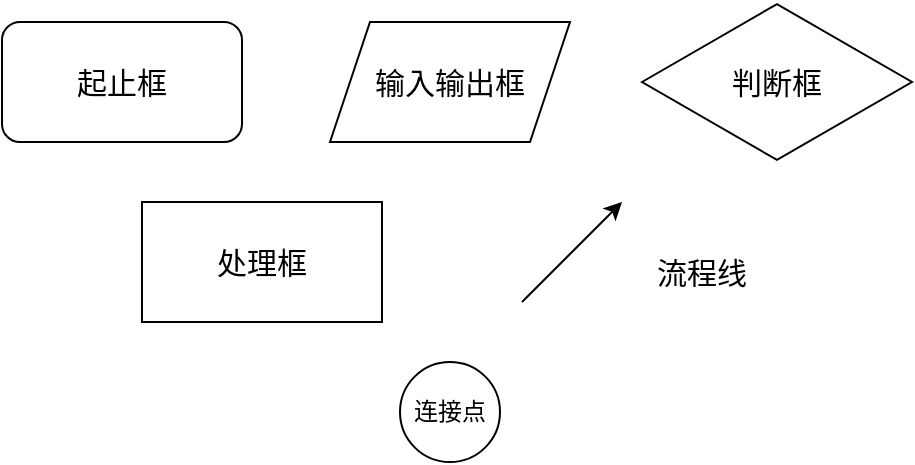
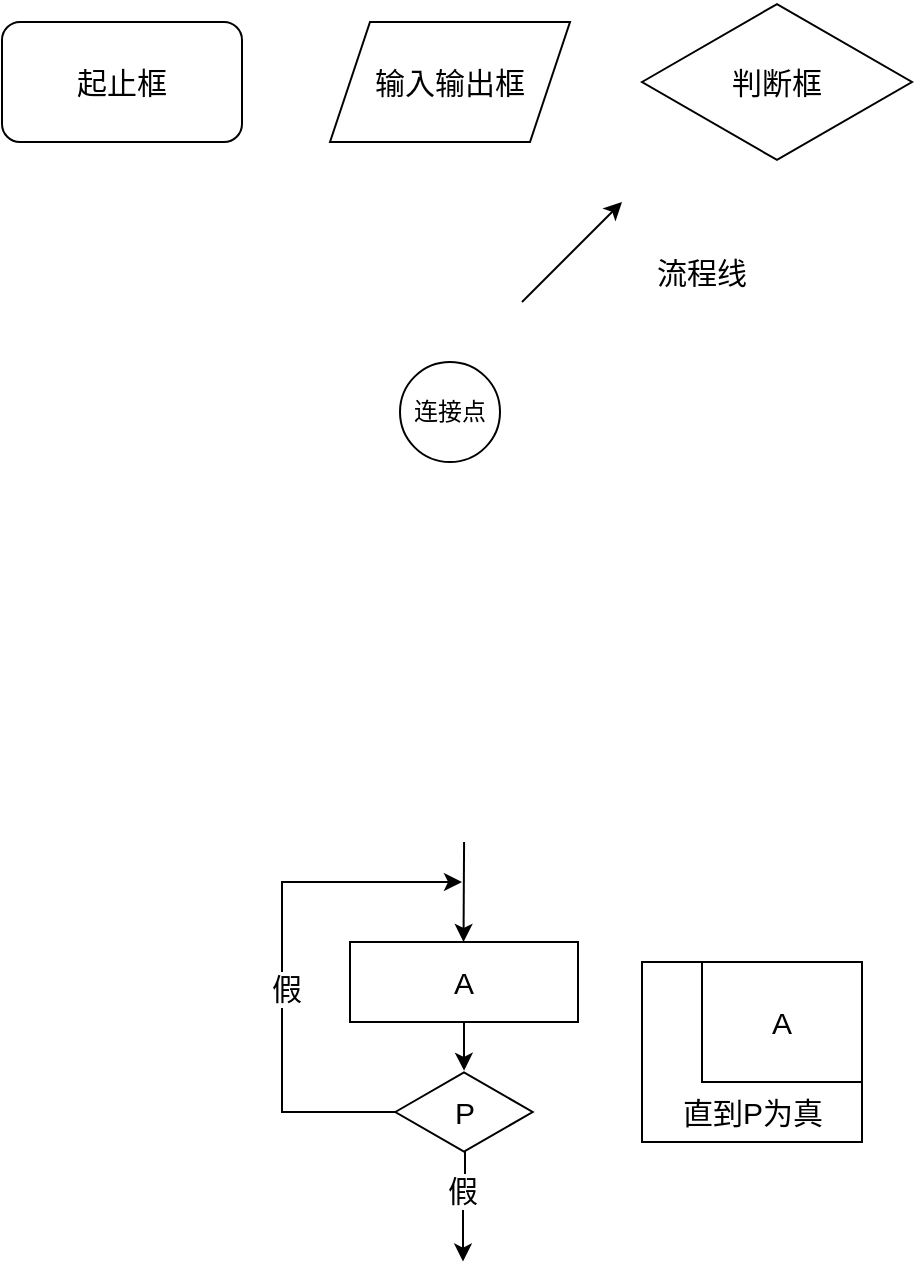
<mxfile host="app.diagrams.net">
  <diagram name="第 1 页" id="TjVKa84YTS8DDpujgxdv">
-     <mxGraphModel dx="772" dy="1102" grid="1" gridSize="10" guides="1" tooltips="1" connect="0" arrows="1" fold="1" page="1" pageScale="1" pageWidth="827" pageHeight="1169" math="0" shadow="0">
+     <mxGraphModel dx="644" dy="918" grid="1" gridSize="10" guides="1" tooltips="1" connect="0" arrows="1" fold="1" page="1" pageScale="1" pageWidth="827" pageHeight="1169" math="0" shadow="0">
      <root>
        <mxCell id="0" />
        <mxCell id="1" parent="0" />
        <mxCell id="Mv8ugUtpiIwvDlgzU_Km-1" parent="1" style="rounded=1;whiteSpace=wrap;html=1;fontSize=15;" value="起止框" vertex="1">
          <mxGeometry height="60" width="120" x="190" y="300" as="geometry" />
        </mxCell>
        <mxCell id="Mv8ugUtpiIwvDlgzU_Km-2" parent="1" style="shape=parallelogram;perimeter=parallelogramPerimeter;whiteSpace=wrap;html=1;fixedSize=1;fontSize=15;" value="输入输出框" vertex="1">
          <mxGeometry height="60" width="120" x="354" y="300" as="geometry" />
        </mxCell>
-         <mxCell id="Mv8ugUtpiIwvDlgzU_Km-4" parent="1" style="rounded=0;whiteSpace=wrap;html=1;fontSize=15;" value="处理框" vertex="1">
-           <mxGeometry height="60" width="120" x="260" y="390" as="geometry" />
+         <mxCell id="Mv8ugUtpiIwvDlgzU_Km-12" edge="1" parent="1" source="Mv8ugUtpiIwvDlgzU_Km-4" style="edgeStyle=orthogonalEdgeStyle;rounded=0;orthogonalLoop=1;jettySize=auto;html=1;fontSize=15;" target="Mv8ugUtpiIwvDlgzU_Km-9" value="">
+           <mxGeometry relative="1" as="geometry" />
+         </mxCell>
+         <mxCell id="Mv8ugUtpiIwvDlgzU_Km-4" parent="1" style="rounded=0;whiteSpace=wrap;html=1;fontSize=15;" value="A" vertex="1">
+           <mxGeometry height="40" width="114" x="364" y="760" as="geometry" />
        </mxCell>
        <mxCell id="Mv8ugUtpiIwvDlgzU_Km-5" edge="1" parent="1" style="endArrow=classic;html=1;rounded=0;fontSize=15;" value="">
          <mxGeometry height="50" relative="1" width="50" as="geometry">
            <mxPoint x="450" y="440" as="sourcePoint" />
            <mxPoint x="500" y="390" as="targetPoint" />
          </mxGeometry>
        </mxCell>
        <mxCell id="Mv8ugUtpiIwvDlgzU_Km-6" parent="1" style="html=1;whiteSpace=wrap;aspect=fixed;shape=isoRectangle;fontSize=15;" value="判断框" vertex="1">
          <mxGeometry height="81" width="135" x="510" y="289.5" as="geometry" />
        </mxCell>
        <mxCell id="Mv8ugUtpiIwvDlgzU_Km-7" parent="1" style="text;html=1;whiteSpace=wrap;strokeColor=none;fillColor=none;align=center;verticalAlign=middle;rounded=0;fontSize=15;" value="流程线" vertex="1">
          <mxGeometry height="30" width="60" x="510" y="410" as="geometry" />
        </mxCell>
        <mxCell id="Mv8ugUtpiIwvDlgzU_Km-8" parent="1" style="ellipse;whiteSpace=wrap;html=1;aspect=fixed;" value="连接点" vertex="1">
          <mxGeometry height="50" width="50" x="389" y="470" as="geometry" />
        </mxCell>
+         <mxCell id="Mv8ugUtpiIwvDlgzU_Km-14" edge="1" parent="1" style="edgeStyle=orthogonalEdgeStyle;rounded=0;orthogonalLoop=1;jettySize=auto;html=1;fontSize=15;">
+           <mxGeometry relative="1" as="geometry">
+             <Array as="points">
+               <mxPoint x="422" y="890" />
+               <mxPoint x="421" y="890" />
+             </Array>
+             <mxPoint x="421.5" y="850" as="sourcePoint" />
+             <mxPoint x="420.5" y="919.8" as="targetPoint" />
+           </mxGeometry>
+         </mxCell>
+         <mxCell id="Mv8ugUtpiIwvDlgzU_Km-16" connectable="0" parent="Mv8ugUtpiIwvDlgzU_Km-14" style="edgeLabel;html=1;align=center;verticalAlign=middle;resizable=0;points=[];fontSize=15;" value="假" vertex="1">
+           <mxGeometry relative="1" x="0.127" y="2" as="geometry">
+             <mxPoint x="-2" y="-8" as="offset" />
+           </mxGeometry>
+         </mxCell>
+         <mxCell id="Mv8ugUtpiIwvDlgzU_Km-21" edge="1" parent="1" source="Mv8ugUtpiIwvDlgzU_Km-9" style="edgeStyle=orthogonalEdgeStyle;rounded=0;orthogonalLoop=1;jettySize=auto;html=1;">
+           <mxGeometry relative="1" as="geometry">
+             <Array as="points">
+               <mxPoint x="330" y="845" />
+               <mxPoint x="330" y="730" />
+             </Array>
+             <mxPoint x="420" y="730" as="targetPoint" />
+           </mxGeometry>
+         </mxCell>
+         <mxCell id="Mv8ugUtpiIwvDlgzU_Km-22" connectable="0" parent="Mv8ugUtpiIwvDlgzU_Km-21" style="edgeLabel;html=1;align=center;verticalAlign=middle;resizable=0;points=[];fontSize=15;" value="假" vertex="1">
+           <mxGeometry relative="1" x="-0.0937" y="-2" as="geometry">
+             <mxPoint as="offset" />
+           </mxGeometry>
+         </mxCell>
+         <mxCell id="Mv8ugUtpiIwvDlgzU_Km-9" parent="1" style="html=1;whiteSpace=wrap;aspect=fixed;shape=isoRectangle;fontSize=15;" value="P" vertex="1">
+           <mxGeometry height="41.2" width="68.67" x="386.66" y="824.4" as="geometry" />
+         </mxCell>
+         <mxCell id="Mv8ugUtpiIwvDlgzU_Km-13" edge="1" parent="1" style="endArrow=classic;html=1;rounded=0;entryX=0.531;entryY=-0.001;entryDx=0;entryDy=0;entryPerimeter=0;fontSize=15;" value="">
+           <mxGeometry height="50" relative="1" width="50" as="geometry">
+             <mxPoint x="421.04" y="710" as="sourcePoint" />
+             <mxPoint x="420.76000000000005" y="760" as="targetPoint" />
+           </mxGeometry>
+         </mxCell>
+         <mxCell id="Mv8ugUtpiIwvDlgzU_Km-17" parent="1" style="rounded=0;whiteSpace=wrap;html=1;fontSize=15;" value="" vertex="1">
+           <mxGeometry height="90" width="110" x="510" y="770" as="geometry" />
+         </mxCell>
+         <mxCell id="Mv8ugUtpiIwvDlgzU_Km-19" parent="1" style="rounded=0;whiteSpace=wrap;html=1;fontSize=15;" value="A" vertex="1">
+           <mxGeometry height="60" width="80" x="540" y="770" as="geometry" />
+         </mxCell>
+         <mxCell id="Mv8ugUtpiIwvDlgzU_Km-20" parent="1" style="text;html=1;whiteSpace=wrap;strokeColor=none;fillColor=none;align=center;verticalAlign=middle;rounded=0;fontSize=15;" value="直到P为真" vertex="1">
+           <mxGeometry height="30" width="85" x="522.5" y="830" as="geometry" />
+         </mxCell>
      </root>
    </mxGraphModel>
  </diagram>
</mxfile>
